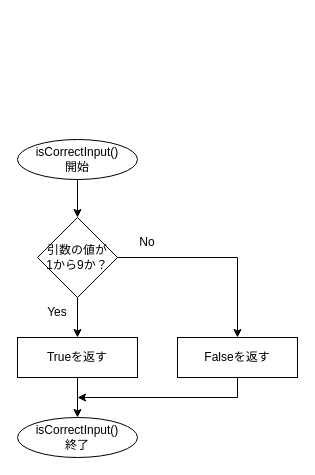
Above: 詳細仕様書/図表/Function/Play_Tic_Tac_toe/isCorrect_Input/isCorrect_Input.drawio in hip-umemura/tic_tac_toe (draw.io), before the change. Source tidied: cells renumbered, new cells numbered last; positions are measured from the earlier drawing's top-left corner, leaving out a move shared by most shapes. Both pictures are drawn from the tidied source at 100%, with x=0, y=0 at pixel (17, 139).
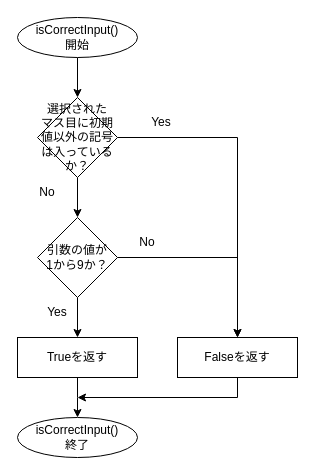
The same page after the edit.

The change refers to these unchanged cells:
```xml
<mxCell id="6" value="引数の値が&lt;br&gt;1から9か？" style="rhombus;whiteSpace=wrap;html=1;" parent="1" vertex="1">
  <mxGeometry x="20" y="78" width="80" height="80" as="geometry" />
</mxCell>
<mxCell id="10" value="Falseを返す" style="rounded=0;whiteSpace=wrap;html=1;" parent="1" vertex="1">
  <mxGeometry x="160" y="198" width="120" height="40" as="geometry" />
</mxCell>
```

The edit, as a diff of the source:
```diff
@@
-    <mxCell id="2" style="edgeStyle=orthogonalEdgeStyle;rounded=0;jettySize=auto;html=1;exitX=0.5;exitY=1;exitDx=0;exitDy=0;entryX=0.5;entryY=0;entryDx=0;entryDy=0;" parent="1" edge="1" source="3" target="6">
-      <mxGeometry relative="1" as="geometry" />
-    </mxCell>
+    <mxCell id="14" style="edgeStyle=orthogonalEdgeStyle;rounded=0;jettySize=auto;html=1;exitX=0.5;exitY=1;exitDx=0;exitDy=0;" parent="1" edge="1" source="3" target="17">
+      <mxGeometry relative="1" as="geometry" />
+    </mxCell>
     <mxCell id="3" value="isCorrectInput()&lt;br&gt;開始" style="ellipse;whiteSpace=wrap;html=1;" parent="1" vertex="1">
-      <mxGeometry width="120" height="40" as="geometry" />
+      <mxGeometry y="-122" width="120" height="40" as="geometry" />
     </mxCell>
@@
+    <mxCell id="15" style="edgeStyle=orthogonalEdgeStyle;rounded=0;jettySize=auto;html=1;" parent="1" edge="1" source="17" target="10">
+      <mxGeometry relative="1" as="geometry" />
+    </mxCell>
+    <mxCell id="16" style="edgeStyle=orthogonalEdgeStyle;rounded=0;jettySize=auto;html=1;exitX=0.5;exitY=1;exitDx=0;exitDy=0;" parent="1" edge="1" source="17" target="6">
+      <mxGeometry relative="1" as="geometry" />
+    </mxCell>
+    <mxCell id="17" value="選択された&lt;div&gt;マス目に初期値以外の&lt;span style=&quot;background-color: initial;&quot;&gt;記号は入っているか？&lt;/span&gt;&lt;/div&gt;" style="rhombus;whiteSpace=wrap;html=1;" parent="1" vertex="1">
+      <mxGeometry x="20" y="-42" width="80" height="80" as="geometry" />
+    </mxCell>
+    <mxCell id="18" value="No" style="text;html=1;align=center;verticalAlign=middle;whiteSpace=wrap;rounded=0;" parent="1" vertex="1">
+      <mxGeometry y="38" width="60" height="30" as="geometry" />
+    </mxCell>
+    <mxCell id="19" value="Yes" style="text;html=1;align=center;verticalAlign=middle;whiteSpace=wrap;rounded=0;" parent="1" vertex="1">
+      <mxGeometry x="114" y="-32" width="60" height="30" as="geometry" />
+    </mxCell>
```
